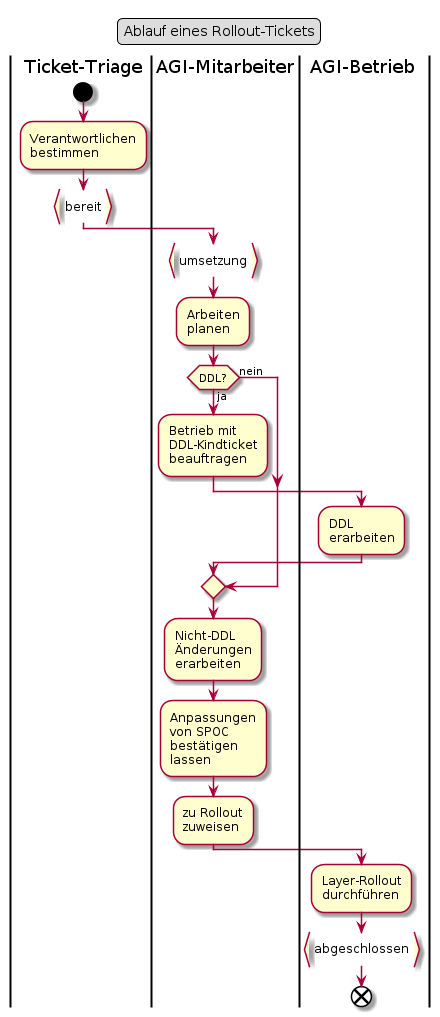
Earlier version of the PlantUML export puml_output/flow_rollout.png (ojeker/docktick).
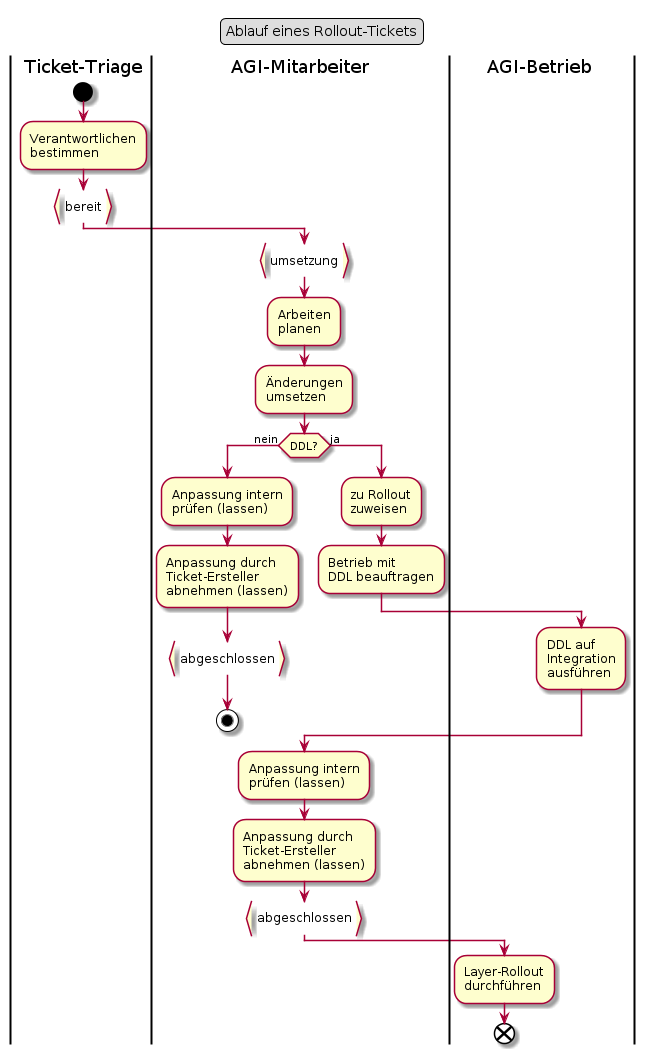
The same diagram one commit later.

The edit, as a diff of the source:
```diff
@@ -14,40 +14,43 @@
 :Arbeiten
 planen;
 
+:Änderungen
+umsetzen;
+
 if (DDL?) then (nein)
+  :Anpassung intern
+  prüfen (lassen);
+  :Anpassung durch
+  Ticket-Ersteller
+  abnehmen (lassen);
+  :abgeschlossen}
+  stop
+else (ja)
+  :zu Rollout
+  zuweisen;
+  :Betrieb mit
+  DDL beauftragen;
 
-else (ja)
+  |AGI-Betrieb|
 
-:Betrieb mit
-DDL-Kindticket
-beauftragen;
-
-|AGI-Betrieb|
-
-:DDL
-erarbeiten;
+  :DDL auf
+  Integration
+  ausführen;
 
 endif
 
 |AGI-Mitarbeiter|
 
-:Nicht-DDL
-Änderungen
-erarbeiten;
-
-:Anpassungen
-von SPOC
-bestätigen
-lassen;
-
-:zu Rollout
-zuweisen;
+:Anpassung intern
+prüfen (lassen);
+:Anpassung durch
+Ticket-Ersteller
+abnehmen (lassen);
+:abgeschlossen}
 
 |AGI-Betrieb|
 :Layer-Rollout
 durchführen;
 
-:abgeschlossen}
-
 end
 @enduml
```
